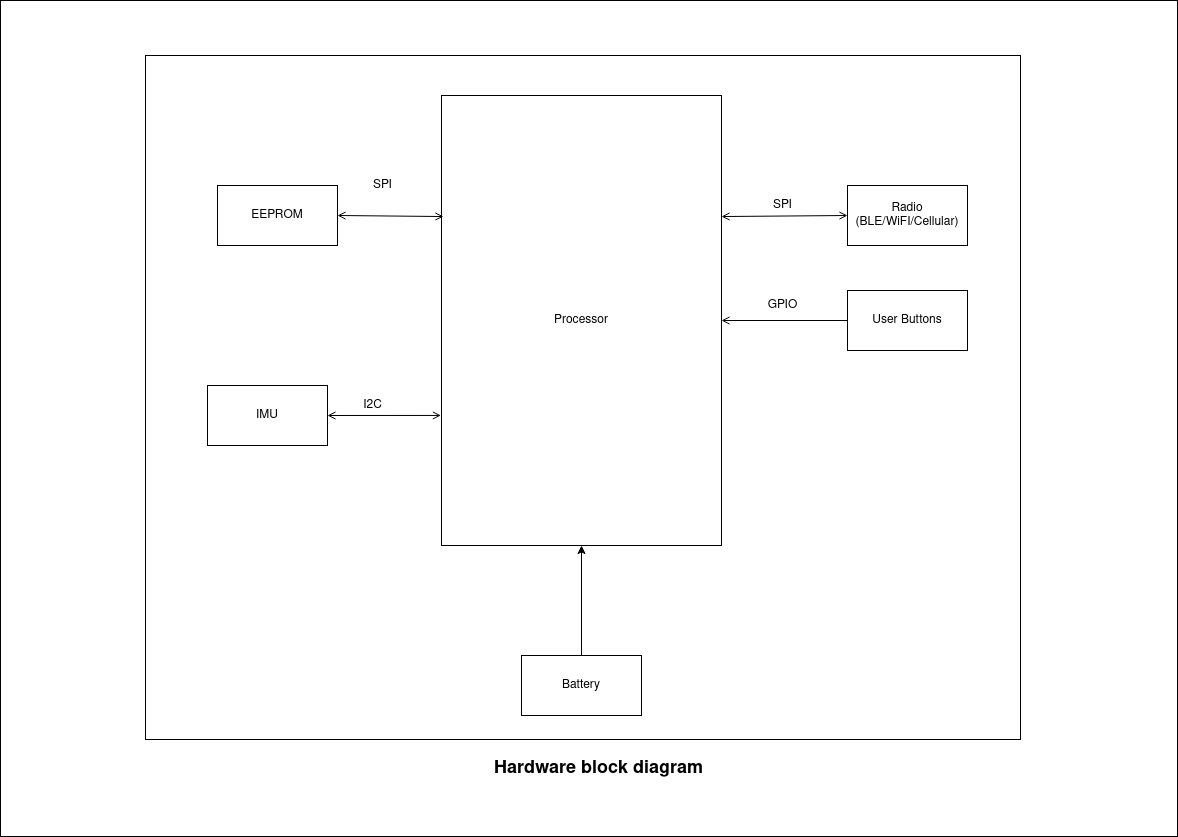
This is assignments/week-1/images/hardware block diagram.drawio.png from Davidadebiyi/Making-Embedded-Systems-Course, a draw.io export, as it was before one commit. Source tidied: cells renumbered, new cells last; positions are measured from the earlier drawing's top-left corner, leaving out a move shared by most shapes.
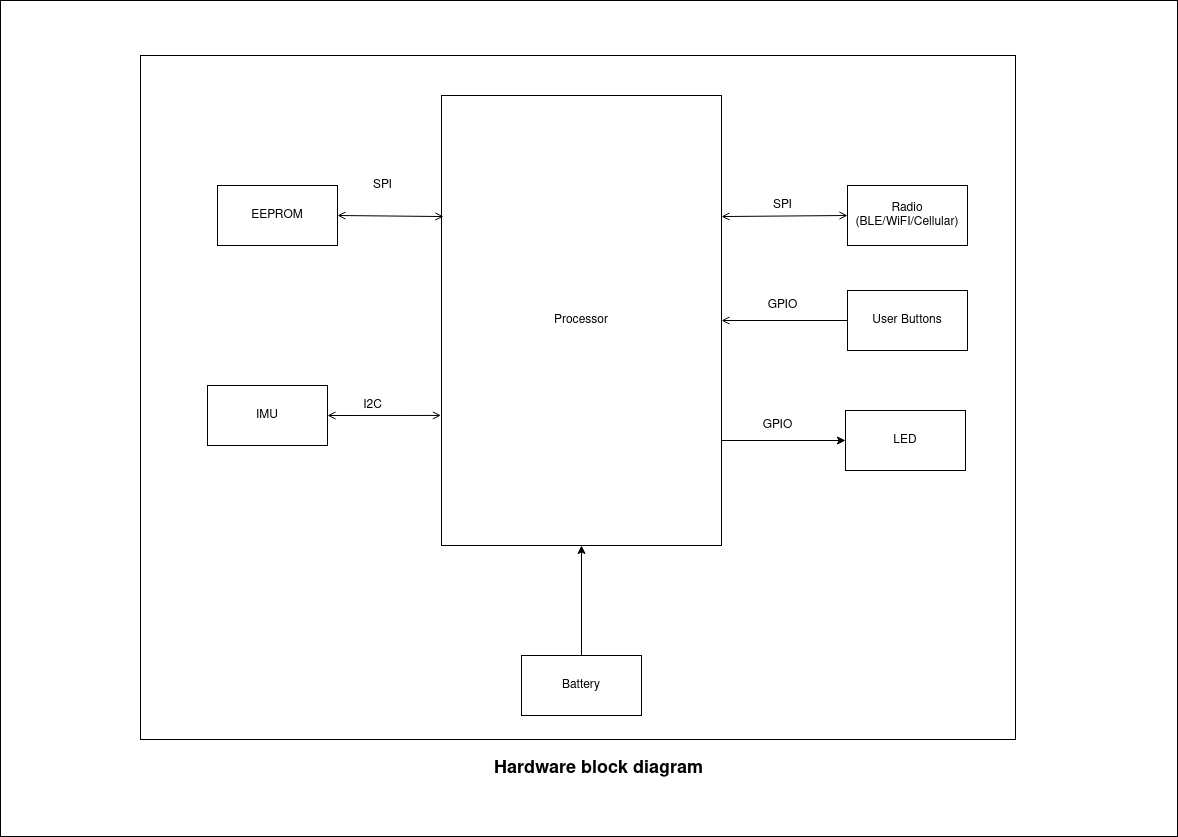
The same diagram one commit later.

Commit message:
update hardware block diagram

What changed in the source:
```diff
@@ -6,7 +6,7 @@
       <mxGeometry width="1177" height="836" as="geometry" />
     </mxCell>
     <mxCell id="3" style="rounded=0;whiteSpace=wrap;html=1;" parent="1" vertex="1">
-      <mxGeometry x="145" y="55" width="875" height="684" as="geometry" />
+      <mxGeometry x="140" y="55" width="875" height="684" as="geometry" />
     </mxCell>
     <mxCell id="4" value="Processor" style="rounded=0;whiteSpace=wrap;html=1;direction=west;" parent="1" vertex="1">
       <mxGeometry x="441" y="95" width="280" height="450" as="geometry" />
@@ -58,5 +58,16 @@
     <mxCell id="19" value="&lt;font style=&quot;font-size: 18px&quot;&gt;&lt;b&gt;Hardware block diagram&lt;/b&gt;&lt;/font&gt;" style="text;html=1;align=center;verticalAlign=middle;fillColor=none;strokeColor=none;rounded=0;" parent="1" vertex="1">
       <mxGeometry x="488" y="758" width="219" height="20" as="geometry" />
     </mxCell>
+    <mxCell id="20" value="LED" style="rounded=0;whiteSpace=wrap;html=1;" parent="1" vertex="1">
+      <mxGeometry x="845" y="410" width="120" height="60" as="geometry" />
+    </mxCell>
+    <mxCell id="21" style="endArrow=classic;html=1;rounded=0;entryX=0;entryY=0.5;entryDx=0;entryDy=0;" parent="1" edge="1" target="20">
+      <mxGeometry relative="1" as="geometry">
+        <mxPoint x="721" y="440" as="sourcePoint" />
+      </mxGeometry>
+    </mxCell>
+    <mxCell id="22" value="GPIO" style="text;html=1;align=center;verticalAlign=middle;fillColor=none;strokeColor=none;rounded=0;" parent="1" vertex="1">
+      <mxGeometry x="757" y="416" width="40" height="18" as="geometry" />
+    </mxCell>
   </root>
 </mxGraphModel>
```
